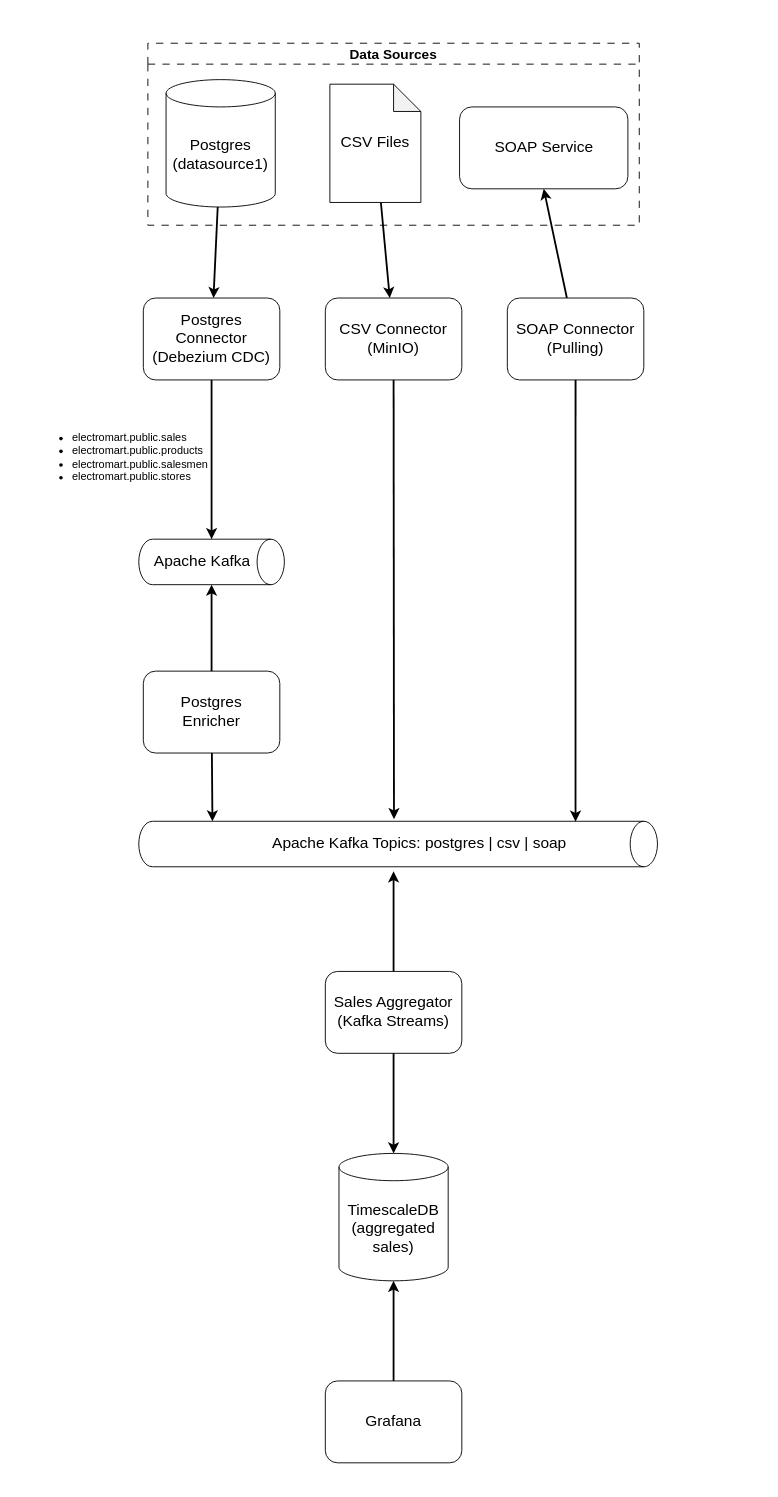
codegik/team-red keeps this draw.io diagram as data/salesman-kata-v2/diagrams/solutions.drawio. Above is the earlier version. Source tidied: cells renumbered, new cells numbered last; positions are measured from the earlier drawing's top-left corner, leaving out a move shared by most shapes. Both pictures are drawn from the tidied source at 91%, with x=0, y=0 at pixel (34, 43).
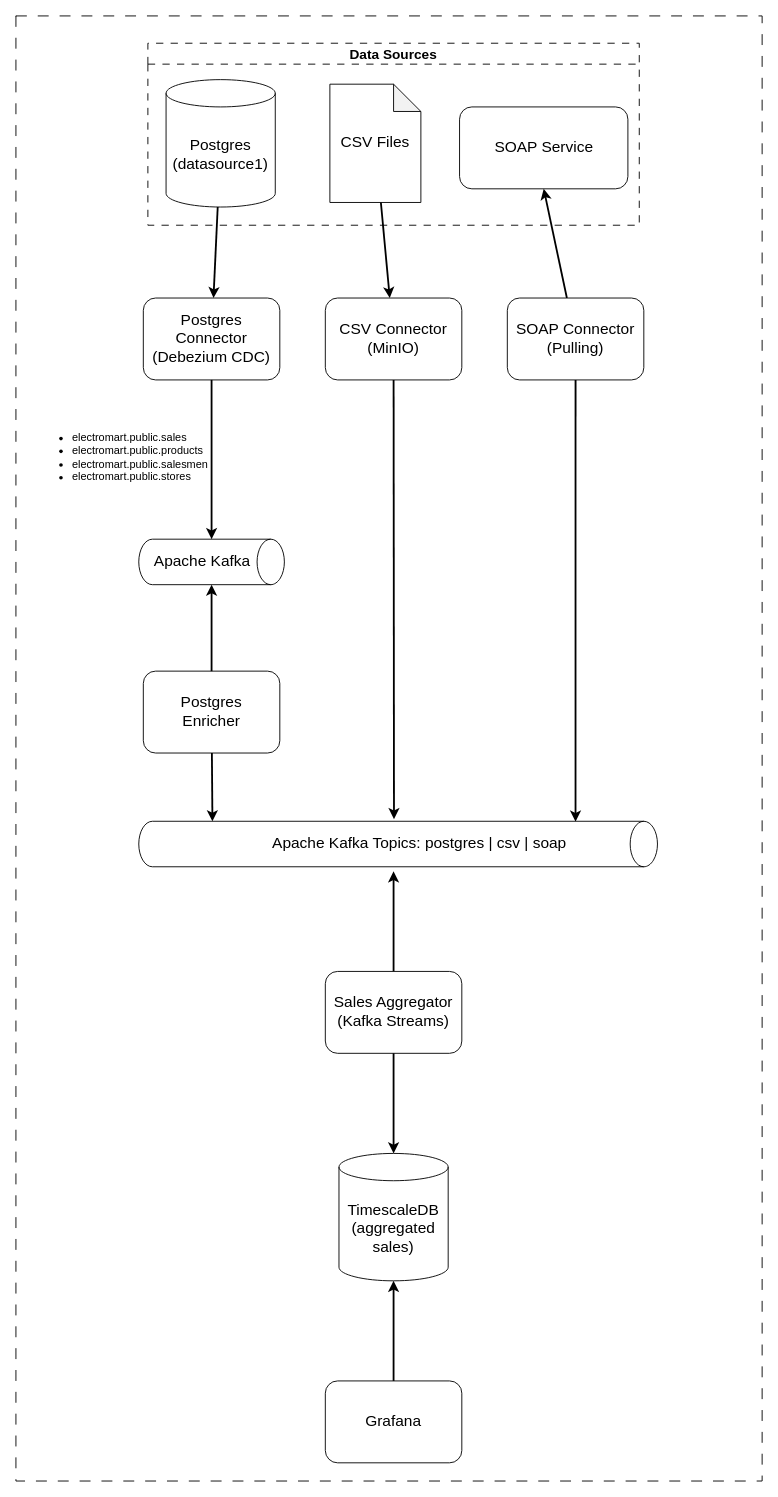
After the change.

Commit message (it also covers changes not shown here):
refact: refactor diagram

What changed in the source:
```diff
@@
+    <mxCell id="29" style="rounded=0;whiteSpace=wrap;html=1;dashed=1;dashPattern=12 12;" parent="1" vertex="1">
+      <mxGeometry x="-20" y="-30" width="820" height="1610" as="geometry" />
+    </mxCell>
```
